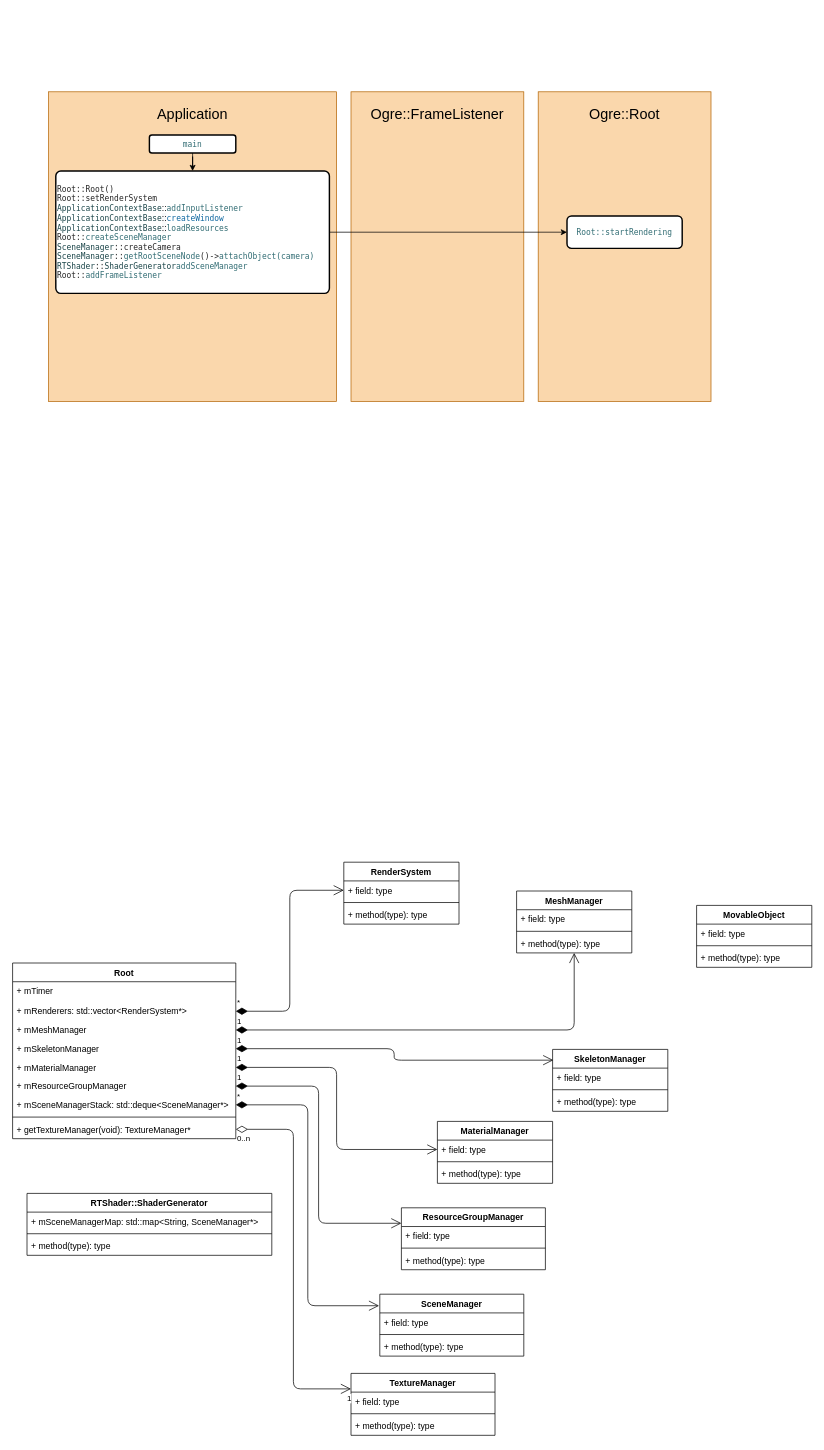
Above: 未命名绘图.drawio in CatOnly/Blog (draw.io), before the change. Source tidied: cells renumbered, new cells numbered last; positions are measured from the earlier drawing's top-left corner, leaving out a move shared by most shapes. Both pictures are drawn from the tidied source at 72%, with x=0, y=0 at pixel (12, 91).
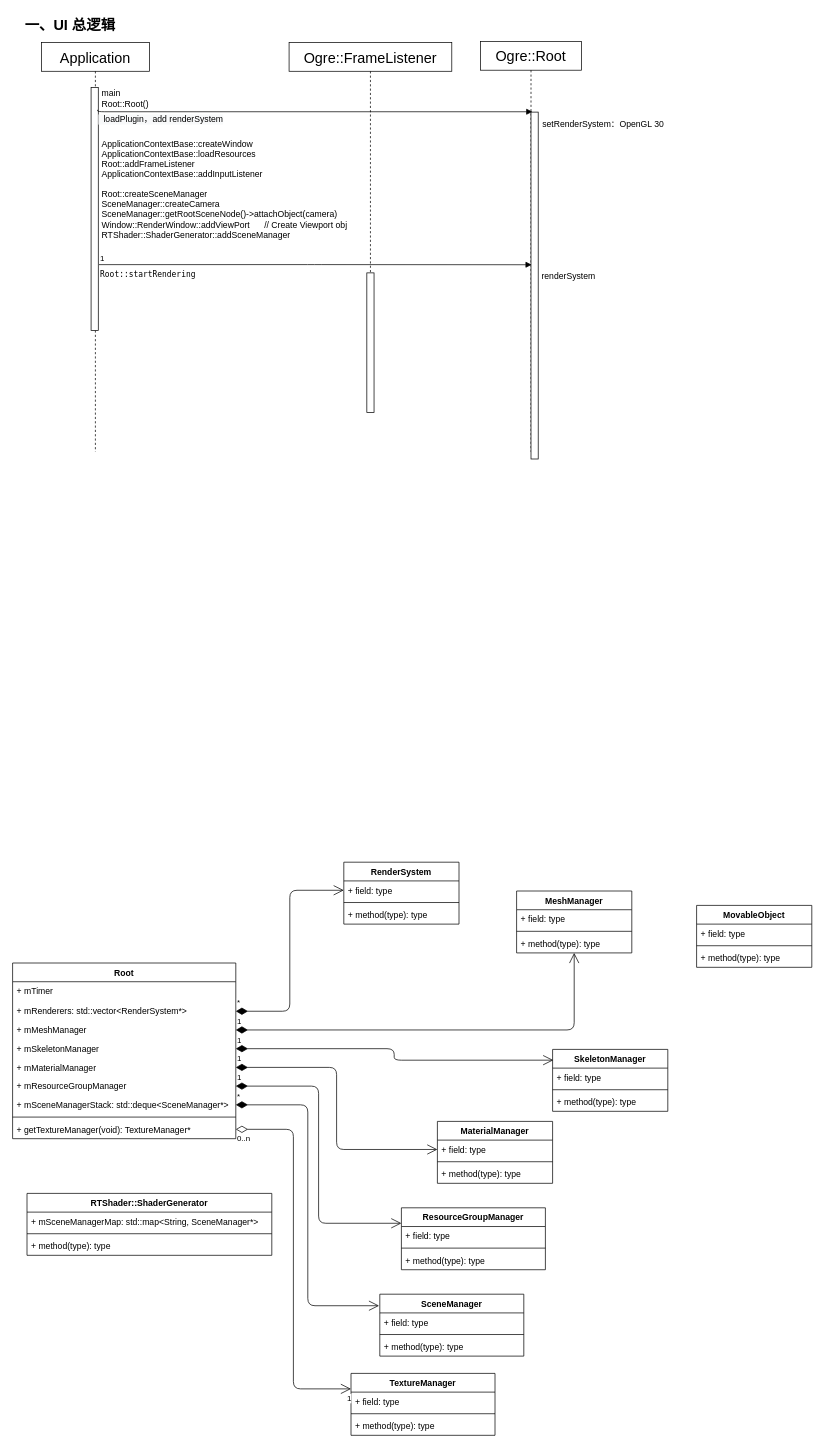
The same diagram, later.

Commit message:
更新未命名绘图.drawio

The edit, as a diff of the source:
```diff
@@
-    <mxCell id="2" style="rounded=0;whiteSpace=wrap;html=1;fillColor=#fad7ac;align=center;strokeColor=#b46504;" parent="1" vertex="1">
-      <mxGeometry x="470" width="240" height="430" as="geometry" />
-    </mxCell>
-    <mxCell id="3" style="rounded=0;whiteSpace=wrap;html=1;fillColor=#fad7ac;align=center;strokeColor=#b46504;" parent="1" vertex="1">
-      <mxGeometry x="730" width="240" height="430" as="geometry" />
-    </mxCell>
-    <mxCell id="4" value="Ogre::Root" style="text;html=1;strokeColor=none;fillColor=none;align=center;verticalAlign=middle;whiteSpace=wrap;rounded=0;fontSize=20;" parent="1" vertex="1">
-      <mxGeometry x="740" y="10" width="220" height="40" as="geometry" />
-    </mxCell>
-    <mxCell id="5" style="rounded=0;whiteSpace=wrap;html=1;fillColor=#fad7ac;align=center;strokeColor=#b46504;" parent="1" vertex="1">
-      <mxGeometry x="50" width="400" height="430" as="geometry" />
-    </mxCell>
@@
-    <mxCell id="57" style="edgeStyle=orthogonalEdgeStyle;rounded=0;jettySize=auto;html=1;exitX=0.5;exitY=1;exitDx=0;exitDy=0;" parent="1" edge="1" source="65" target="59">
-      <mxGeometry relative="1" as="geometry" />
-    </mxCell>
-    <mxCell id="58" style="edgeStyle=orthogonalEdgeStyle;rounded=0;jettySize=auto;html=1;exitX=1;exitY=0.5;exitDx=0;exitDy=0;entryX=0;entryY=0.5;entryDx=0;entryDy=0;fontSize=20;" parent="1" edge="1" source="59" target="64">
-      <mxGeometry relative="1" as="geometry" />
-    </mxCell>
-    <mxCell id="59" value="&lt;p style=&quot;margin: 0px ; font-style: normal ; font-weight: normal ; font-stretch: normal ; font-size: 11px ; line-height: normal ; font-family: &amp;#34;menlo&amp;#34; ; color: rgb(15 , 104 , 160) ; background-color: rgb(255 , 255 , 255)&quot;&gt;&lt;span style=&quot;color: rgba(0 , 0 , 0 , 0.85)&quot;&gt;Root&lt;/span&gt;&lt;span style=&quot;color: rgba(0 , 0 , 0 , 0.85) ; font-family: &amp;#34;menlo&amp;#34;&quot;&gt;::Root()&lt;/span&gt;&lt;/p&gt;&lt;p style=&quot;margin: 0px ; font-style: normal ; font-weight: normal ; font-stretch: normal ; font-size: 11px ; line-height: normal ; font-family: &amp;#34;menlo&amp;#34; ; color: rgb(15 , 104 , 160) ; background-color: rgb(255 , 255 , 255)&quot;&gt;&lt;span style=&quot;color: rgba(0 , 0 , 0 , 0.85)&quot;&gt;Root::&lt;/span&gt;&lt;span style=&quot;color: rgba(0 , 0 , 0 , 0.85)&quot;&gt;setRenderSystem&lt;/span&gt;&lt;/p&gt;&lt;p style=&quot;margin: 0px ; font-style: normal ; font-weight: normal ; font-stretch: normal ; font-size: 11px ; line-height: normal ; font-family: &amp;#34;menlo&amp;#34; ; color: rgb(15 , 104 , 160) ; background-color: rgb(255 , 255 , 255)&quot;&gt;&lt;span style=&quot;color: rgb(28 , 70 , 74)&quot;&gt;ApplicationContextBase&lt;/span&gt;&lt;span style=&quot;color: rgb(0 , 0 , 0) ; font-size: 12px ; font-family: &amp;#34;helvetica&amp;#34;&quot;&gt;::&lt;/span&gt;&lt;span style=&quot;color: rgb(50 , 109 , 116)&quot;&gt;addInputListener&lt;/span&gt;&lt;/p&gt;&lt;p style=&quot;margin: 0px ; font-stretch: normal ; font-size: 11px ; line-height: normal ; font-family: &amp;#34;menlo&amp;#34; ; color: rgb(50 , 109 , 116) ; background-color: rgb(255 , 255 , 255)&quot;&gt;&lt;span style=&quot;color: rgb(28 , 70 , 74)&quot;&gt;ApplicationContextBase&lt;/span&gt;&lt;span style=&quot;color: rgb(0 , 0 , 0) ; font-family: &amp;#34;helvetica&amp;#34; ; font-size: 12px ; background-color: rgb(248 , 249 , 250)&quot;&gt;::&lt;/span&gt;&lt;span style=&quot;color: rgb(15 , 104 , 160)&quot;&gt;createWindow&lt;/span&gt;&lt;/p&gt;&lt;p style=&quot;margin: 0px ; font-stretch: normal ; font-size: 11px ; line-height: normal ; font-family: &amp;#34;menlo&amp;#34; ; color: rgb(50 , 109 , 116) ; background-color: rgb(255 , 255 , 255)&quot;&gt;&lt;span style=&quot;color: rgb(28 , 70 , 74)&quot;&gt;ApplicationContextBase&lt;/span&gt;&lt;span style=&quot;color: rgb(0 , 0 , 0) ; font-family: &amp;#34;helvetica&amp;#34; ; font-size: 12px ; background-color: rgb(248 , 249 , 250)&quot;&gt;::&lt;/span&gt;&lt;span&gt;loadResources&lt;/span&gt;&lt;/p&gt;&lt;p style=&quot;margin: 0px ; font-stretch: normal ; font-size: 11px ; line-height: normal ; font-family: &amp;#34;menlo&amp;#34; ; color: rgb(50 , 109 , 116) ; background-color: rgb(255 , 255 , 255)&quot;&gt;&lt;span style=&quot;color: rgba(0 , 0 , 0 , 0.85)&quot;&gt;Root::&lt;/span&gt;createSceneManager&lt;br&gt;&lt;/p&gt;&lt;p style=&quot;margin: 0px ; font-stretch: normal ; font-size: 11px ; line-height: normal ; font-family: &amp;#34;menlo&amp;#34; ; color: rgb(50 , 109 , 116) ; background-color: rgb(255 , 255 , 255)&quot;&gt;&lt;span style=&quot;color: rgb(28 , 70 , 74)&quot;&gt;SceneManager&lt;/span&gt;&lt;span style=&quot;color: rgba(0 , 0 , 0 , 0.85)&quot;&gt;::&lt;/span&gt;&lt;span style=&quot;color: rgba(0 , 0 , 0 , 0.85)&quot;&gt;createCamera&lt;/span&gt;&lt;/p&gt;&lt;p style=&quot;margin: 0px ; font-stretch: normal ; font-size: 11px ; line-height: normal ; font-family: &amp;#34;menlo&amp;#34; ; color: rgb(50 , 109 , 116) ; background-color: rgb(255 , 255 , 255)&quot;&gt;&lt;span style=&quot;text-align: center ; color: rgb(28 , 70 , 74)&quot;&gt;SceneManager&lt;/span&gt;&lt;span style=&quot;text-align: center ; color: rgba(0 , 0 , 0 , 0.85)&quot;&gt;::&lt;/span&gt;&lt;span style=&quot;text-align: center&quot;&gt;getRootSceneNode&lt;/span&gt;&lt;span style=&quot;text-align: center ; color: rgba(0 , 0 , 0 , 0.85)&quot;&gt;()&lt;/span&gt;&lt;span style=&quot;text-align: center ; color: rgba(0 , 0 , 0 , 0.85)&quot;&gt;-&amp;gt;&lt;/span&gt;&lt;span style=&quot;text-align: center&quot;&gt;attachObject(camera)&lt;/span&gt;&lt;/p&gt;&lt;p style=&quot;margin: 0px ; font-stretch: normal ; font-size: 11px ; line-height: normal ; font-family: &amp;#34;menlo&amp;#34; ; color: rgb(28 , 70 , 74) ; background-color: rgb(255 , 255 , 255)&quot;&gt;RTShader&lt;span style=&quot;color: rgba(0 , 0 , 0 , 0.85)&quot;&gt;::&lt;/span&gt;ShaderGenerator&lt;span style=&quot;color: rgb(50 , 109 , 116)&quot;&gt;addSceneManager&lt;/span&gt;&lt;/p&gt;&lt;p style=&quot;margin: 0px ; font-stretch: normal ; font-size: 11px ; line-height: normal ; font-family: &amp;#34;menlo&amp;#34; ; color: rgb(50 , 109 , 116) ; background-color: rgb(255 , 255 , 255)&quot;&gt;&lt;span style=&quot;color: rgba(0 , 0 , 0 , 0.85)&quot;&gt;Root::&lt;/span&gt;addFrameListener&lt;/p&gt;" style="rounded=1;whiteSpace=wrap;html=1;absoluteArcSize=1;arcSize=14;strokeWidth=2;fillColor=#ffffff;align=left;" parent="1" vertex="1">
-      <mxGeometry x="60" y="110" width="380" height="170" as="geometry" />
-    </mxCell>
@@
+    <mxCell id="66" value="Application" style="shape=umlLifeline;perimeter=lifelinePerimeter;whiteSpace=wrap;html=1;fontSize=20;fillColor=#ffffff;align=center;" parent="1" vertex="1">
+      <mxGeometry x="40" y="-68.5" width="150" height="568.5" as="geometry" />
+    </mxCell>
+    <mxCell id="68" style="html=1;points=[];perimeter=orthogonalPerimeter;fontSize=12;fillColor=#ffffff;align=center;" parent="66" vertex="1">
+      <mxGeometry x="69" y="62.5" width="10" height="337.5" as="geometry" />
+    </mxCell>
+    <mxCell id="69" value="main&#10;Root::Root()&#10;&#10;&#10;&#10;ApplicationContextBase::createWindow&#10;ApplicationContextBase::loadResources&#10;Root::addFrameListener&#10;ApplicationContextBase::addInputListener&#10;&#10;Root::createSceneManager&#10;SceneManager::createCamera&#10;SceneManager::getRootSceneNode()-&gt;attachObject(camera)&#10;Window::RenderWindow::addViewPort      // Create Viewport obj&#10;RTShader::ShaderGenerator::addSceneManager" style="text;align=left;fontStyle=0;verticalAlign=middle;spacingLeft=3;spacingRight=3;fontSize=12;fillColor=none;" parent="1" vertex="1">
+      <mxGeometry x="119" y="-15" width="350" height="230" as="geometry" />
+    </mxCell>
+    <mxCell id="67" value="Ogre::FrameListener" style="shape=umlLifeline;perimeter=lifelinePerimeter;whiteSpace=wrap;html=1;fontSize=20;fillColor=#ffffff;align=center;" parent="1" vertex="1">
+      <mxGeometry x="384" y="-68.5" width="226" height="438.5" as="geometry" />
+    </mxCell>
+    <mxCell id="4" value="Ogre::Root" style="shape=umlLifeline;perimeter=lifelinePerimeter;whiteSpace=wrap;html=1;fontSize=20;fillColor=#ffffff;align=center;" parent="1" vertex="1">
+      <mxGeometry x="650" y="-70" width="140" height="570" as="geometry" />
+    </mxCell>
+    <mxCell id="70" style="html=1;perimeter=orthogonalPerimeter;fontSize=12;fillColor=#ffffff;align=center;" parent="1" vertex="1">
+      <mxGeometry x="492" y="251.5" width="10" height="194" as="geometry" />
+    </mxCell>
-    <mxCell id="64" value="&lt;p style=&quot;margin: 0px ; font-stretch: normal ; font-size: 11px ; line-height: normal ; font-family: &amp;quot;menlo&amp;quot; ; color: rgb(50 , 109 , 116) ; background-color: rgb(255 , 255 , 255)&quot;&gt;Root::startRendering&lt;/p&gt;" style="whiteSpace=wrap;html=1;rounded=1;align=center;strokeWidth=2;arcSize=14;" parent="1" vertex="1">
-      <mxGeometry x="770" y="172.5" width="160" height="45" as="geometry" />
+    <mxCell id="64" value="&lt;span style=&quot;font-family: &amp;#34;menlo&amp;#34; ; font-size: 11px&quot;&gt;Root::startRendering&lt;/span&gt;" style="endArrow=block;endFill=1;html=1;edgeStyle=orthogonalEdgeStyle;align=left;verticalAlign=top;fontSize=12;fontColor=#000000;exitX=1.1;exitY=0.729;exitDx=0;exitDy=0;exitPerimeter=0;entryX=0.1;entryY=0.44;entryDx=0;entryDy=0;entryPerimeter=0;" parent="1" edge="1" source="68" target="74">
+      <mxGeometry x="-1" relative="1" as="geometry" />
     </mxCell>
-    <mxCell id="65" value="&lt;p style=&quot;margin: 0px ; font-stretch: normal ; font-size: 11px ; line-height: normal ; font-family: &amp;#34;menlo&amp;#34; ; color: rgb(50 , 109 , 116) ; background-color: rgb(255 , 255 , 255)&quot;&gt;main&lt;/p&gt;" style="whiteSpace=wrap;html=1;rounded=1;align=center;strokeWidth=2;arcSize=14;" parent="1" vertex="1">
-      <mxGeometry x="190" y="60" width="120" height="25" as="geometry" />
-    </mxCell>
-    <mxCell id="66" value="Application" style="text;html=1;strokeColor=none;fillColor=none;align=center;verticalAlign=middle;whiteSpace=wrap;rounded=0;fontSize=20;" parent="1" vertex="1">
-      <mxGeometry x="60" y="10" width="380" height="40" as="geometry" />
-    </mxCell>
-    <mxCell id="67" value="Ogre::FrameListener" style="text;html=1;strokeColor=none;fillColor=none;align=center;verticalAlign=middle;whiteSpace=wrap;rounded=0;fontSize=20;" parent="1" vertex="1">
-      <mxGeometry x="480" y="10" width="220" height="40" as="geometry" />
-    </mxCell>
+    <mxCell id="71" value="1" style="edgeLabel;html=1;align=left;verticalAlign=bottom;" parent="64" vertex="1">
+      <mxGeometry x="-1" relative="1" as="geometry" />
+    </mxCell>
+    <mxCell id="72" value="一、UI 总逻辑" style="text;align=center;fontStyle=1;verticalAlign=middle;spacingLeft=3;spacingRight=3;strokeColor=none;fontSize=20;fontColor=#000000;fillColor=#ffffff;" parent="1" vertex="1">
+      <mxGeometry y="-110" width="160" height="30" as="geometry" />
+    </mxCell>
+    <mxCell id="73" value="&lt;span style=&quot;background-color: rgb(248 , 249 , 250)&quot;&gt;&amp;nbsp; loadPlugin，add renderSystem&lt;br&gt;&lt;/span&gt;" style="endArrow=block;endFill=1;html=1;edgeStyle=orthogonalEdgeStyle;align=left;verticalAlign=top;fontSize=12;fontColor=#000000;exitX=0.9;exitY=0.092;exitDx=0;exitDy=0;exitPerimeter=0;entryX=0.2;entryY=-0.001;entryDx=0;entryDy=0;entryPerimeter=0;" parent="1" edge="1" source="68" target="74">
+      <mxGeometry x="-1" relative="1" as="geometry">
+        <Array as="points">
+          <mxPoint x="118" y="28" />
+        </Array>
+      </mxGeometry>
+    </mxCell>
+    <mxCell id="74" style="html=1;points=[];perimeter=orthogonalPerimeter;fontSize=12;fillColor=#ffffff;align=center;" parent="1" vertex="1">
+      <mxGeometry x="720" y="28.2" width="10" height="481.8" as="geometry" />
+    </mxCell>
+    <mxCell id="75" value="setRenderSystem：OpenGL 30" style="text;align=left;fontStyle=0;verticalAlign=middle;spacingLeft=3;spacingRight=3;fontSize=12;fillColor=none;" parent="1" vertex="1">
+      <mxGeometry x="731" y="28.2" width="190" height="31.8" as="geometry" />
+    </mxCell>
+    <mxCell id="76" value="renderSystem" style="text;align=left;fontStyle=0;verticalAlign=middle;spacingLeft=3;spacingRight=3;fontSize=12;fillColor=none;" parent="1" vertex="1">
+      <mxGeometry x="730" y="240" width="190" height="31.8" as="geometry" />
+    </mxCell>
```
